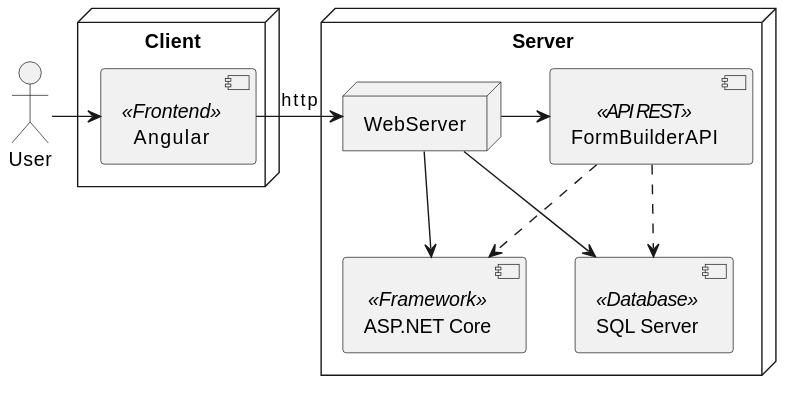
vfred0/form-builder-requirements keeps this PlantUML diagram as images/3-design/deployment.svg. Above is the earlier version. Source of this version:
```plantuml
@startuml
Actor User
node "Client" {
    component Angular <<Frontend>>
}
node "Server" {
    node WebServer
    component FormBuilderAPI <<API REST>>
    component "ASP.NET Core" <<Framework>>
    component "SQL Server" <<Database>>
}

User -> Angular
Angular -> WebServer : http
WebServer -right-> FormBuilderAPI
FormBuilderAPI .down.> "ASP.NET Core"
FormBuilderAPI ..> "SQL Server"
WebServer -down-> "SQL Server"
WebServer -down-> "ASP.NET Core"
@enduml
```
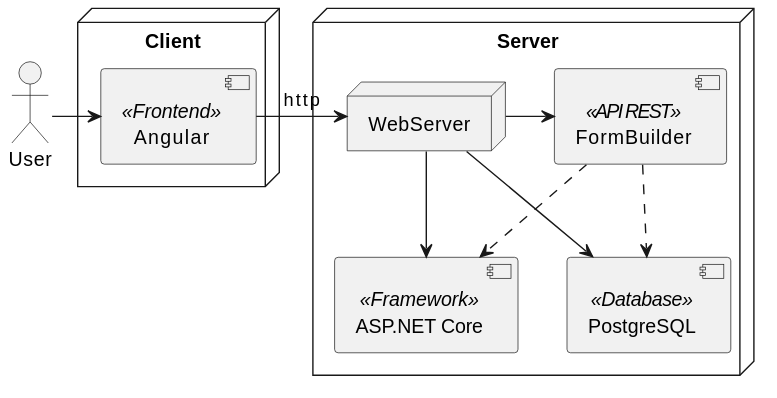
The same diagram one commit later.

The edit, as a diff of the source:
```diff
@@ -5,16 +5,16 @@
 }
 node "Server" {
     node WebServer
-    component FormBuilderAPI <<API REST>>
+    component FormBuilder <<API REST>>
     component "ASP.NET Core" <<Framework>>
-    component "SQL Server" <<Database>>
+    component "PostgreSQL" <<Database>>
 }
 
 User -> Angular
 Angular -> WebServer : http
-WebServer -right-> FormBuilderAPI
-FormBuilderAPI .down.> "ASP.NET Core"
-FormBuilderAPI ..> "SQL Server"
-WebServer -down-> "SQL Server"
+WebServer -right-> FormBuilder
+FormBuilder .down.> "ASP.NET Core"
+FormBuilder ..> "PostgreSQL"
+WebServer -down-> "PostgreSQL"
 WebServer -down-> "ASP.NET Core"
 @enduml
```
